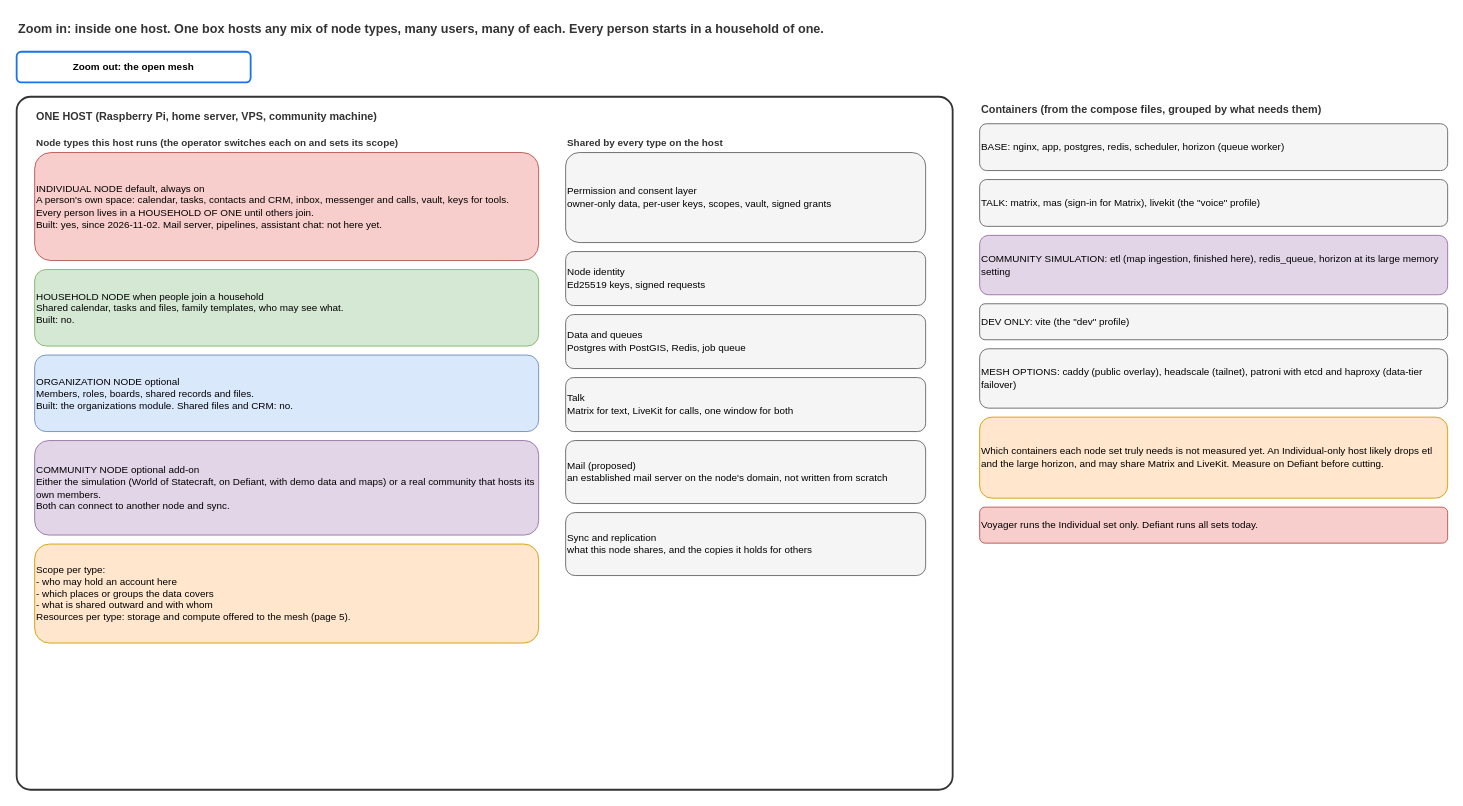
Before: page "2 Inside a box" (2 of 6) of docs/architecture/NODE_MESH_AND_DATA_SHARING.drawio in CosmopolitanCoalition/fair-constitution-app, a draw.io diagram. Source tidied: cells renumbered, new cells numbered last; positions are measured from the earlier drawing's top-left corner, leaving out a move shared by most shapes. Both pictures are drawn from the tidied source at 90%, with x=0, y=0 at pixel (16, 15).
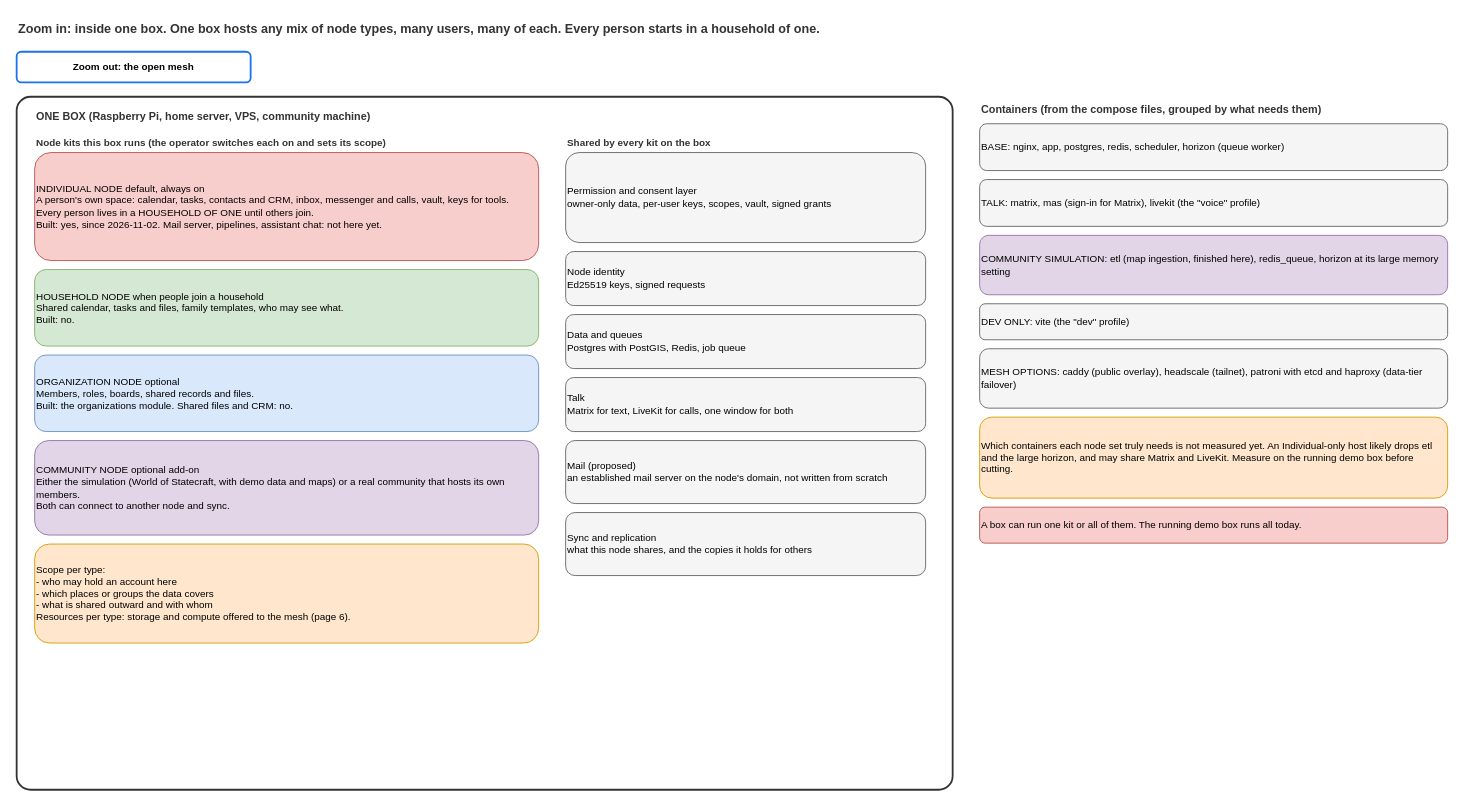
The same diagram, later.

Commit message (it also covers changes not shown here):
Redraw the mesh as the DNS address tree with device icons and an address-forms page; Jarvis names; drop host names from the node diagrams

What changed in the source:
```diff
@@
-    <mxCell id="2" value="Zoom in: inside one host. One box hosts any mix of node types, many users, many of each. Every person starts in a household of one." style="text;html=1;whiteSpace=wrap;strokeColor=none;fillColor=none;fontSize=14;align=left;verticalAlign=top;fontColor=#333333;fontStyle=1;" parent="1" vertex="1">
+    <mxCell id="2" value="Zoom in: inside one box. One box hosts any mix of node types, many users, many of each. Every person starts in a household of one." style="text;html=1;whiteSpace=wrap;strokeColor=none;fillColor=none;fontSize=14;align=left;verticalAlign=top;fontColor=#333333;fontStyle=1;" parent="1" vertex="1">
       <mxGeometry width="1500" height="30" as="geometry" />
     </mxCell>
@@
-    <mxCell id="5" value="ONE HOST  (Raspberry Pi, home server, VPS, community machine)" style="text;html=1;whiteSpace=wrap;strokeColor=none;fillColor=none;fontSize=12;align=left;verticalAlign=top;fontColor=#333333;fontStyle=1;" parent="1" vertex="1">
+    <mxCell id="5" value="ONE BOX  (Raspberry Pi, home server, VPS, community machine)" style="text;html=1;whiteSpace=wrap;strokeColor=none;fillColor=none;fontSize=12;align=left;verticalAlign=top;fontColor=#333333;fontStyle=1;" parent="1" vertex="1">
       <mxGeometry x="20" y="98" width="900" height="22" as="geometry" />
     </mxCell>
-    <mxCell id="6" value="Node types this host runs (the operator switches each on and sets its scope)" style="text;html=1;whiteSpace=wrap;strokeColor=none;fillColor=none;fontSize=11;align=left;verticalAlign=top;fontColor=#333333;fontStyle=1;" parent="1" vertex="1">
+    <mxCell id="6" value="Node kits this box runs (the operator switches each on and sets its scope)" style="text;html=1;whiteSpace=wrap;strokeColor=none;fillColor=none;fontSize=11;align=left;verticalAlign=top;fontColor=#333333;fontStyle=1;" parent="1" vertex="1">
       <mxGeometry x="20" y="128" width="560" height="20" as="geometry" />
     </mxCell>
@@
-    <mxCell id="10" value="COMMUNITY NODE   optional add-on&lt;br&gt;Either the simulation (World of Statecraft, on Defiant, with demo data and maps) or a real community that hosts its own members.&lt;br&gt;Both can connect to another node and sync." style="rounded=1;whiteSpace=wrap;html=1;fillColor=#e1d5e7;strokeColor=#9673a6;fontSize=11;align=left;verticalAlign=middle;" parent="1" vertex="1">
+    <mxCell id="10" value="COMMUNITY NODE   optional add-on&lt;br&gt;Either the simulation (World of Statecraft, with demo data and maps) or a real community that hosts its own members.&lt;br&gt;Both can connect to another node and sync." style="rounded=1;whiteSpace=wrap;html=1;fillColor=#e1d5e7;strokeColor=#9673a6;fontSize=11;align=left;verticalAlign=middle;" parent="1" vertex="1">
       <mxGeometry x="20" y="472" width="560" height="105" as="geometry" />
     </mxCell>
-    <mxCell id="11" value="Scope per type:&lt;br&gt;- who may hold an account here&lt;br&gt;- which places or groups the data covers&lt;br&gt;- what is shared outward and with whom&lt;br&gt;Resources per type: storage and compute offered to the mesh (page 5)." style="rounded=1;whiteSpace=wrap;html=1;fillColor=#ffe6cc;strokeColor=#d79b00;fontSize=11;align=left;verticalAlign=middle;" parent="1" vertex="1">
+    <mxCell id="11" value="Scope per type:&lt;br&gt;- who may hold an account here&lt;br&gt;- which places or groups the data covers&lt;br&gt;- what is shared outward and with whom&lt;br&gt;Resources per type: storage and compute offered to the mesh (page 6)." style="rounded=1;whiteSpace=wrap;html=1;fillColor=#ffe6cc;strokeColor=#d79b00;fontSize=11;align=left;verticalAlign=middle;" parent="1" vertex="1">
       <mxGeometry x="20" y="587" width="560" height="110" as="geometry" />
     </mxCell>
-    <mxCell id="12" value="Shared by every type on the host" style="text;html=1;whiteSpace=wrap;strokeColor=none;fillColor=none;fontSize=11;align=left;verticalAlign=top;fontColor=#333333;fontStyle=1;" parent="1" vertex="1">
+    <mxCell id="12" value="Shared by every kit on the box" style="text;html=1;whiteSpace=wrap;strokeColor=none;fillColor=none;fontSize=11;align=left;verticalAlign=top;fontColor=#333333;fontStyle=1;" parent="1" vertex="1">
       <mxGeometry x="610" y="128" width="400" height="20" as="geometry" />
     </mxCell>
@@
-    <mxCell id="25" value="Which containers each node set truly needs is not measured yet. An Individual-only host likely drops etl and the large horizon, and may share Matrix and LiveKit. Measure on Defiant before cutting." style="rounded=1;whiteSpace=wrap;html=1;fillColor=#ffe6cc;strokeColor=#d79b00;fontSize=11;align=left;verticalAlign=middle;" parent="1" vertex="1">
+    <mxCell id="25" value="Which containers each node set truly needs is not measured yet. An Individual-only host likely drops etl and the large horizon, and may share Matrix and LiveKit. Measure on the running demo box before cutting." style="rounded=1;whiteSpace=wrap;html=1;fillColor=#ffe6cc;strokeColor=#d79b00;fontSize=11;align=left;verticalAlign=middle;" parent="1" vertex="1">
       <mxGeometry x="1070" y="446" width="520" height="90" as="geometry" />
     </mxCell>
-    <mxCell id="26" value="Voyager runs the Individual set only. Defiant runs all sets today." style="rounded=1;whiteSpace=wrap;html=1;fillColor=#f8cecc;strokeColor=#b85450;fontSize=11;align=left;verticalAlign=middle;" parent="1" vertex="1">
+    <mxCell id="26" value="A box can run one kit or all of them. The running demo box runs all today." style="rounded=1;whiteSpace=wrap;html=1;fillColor=#f8cecc;strokeColor=#b85450;fontSize=11;align=left;verticalAlign=middle;" parent="1" vertex="1">
       <mxGeometry x="1070" y="546" width="520" height="40" as="geometry" />
     </mxCell>
```
